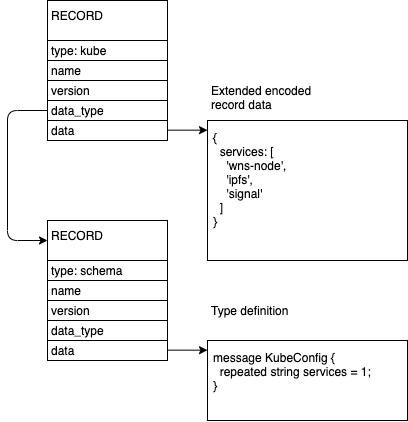
This is docs/content/assets/img/wns-records.png from wirelineio/wns, a draw.io export, as it was before one commit. Source tidied: cells renumbered, new cells last; positions are measured from the earlier drawing's top-left corner, leaving out a move shared by most shapes.
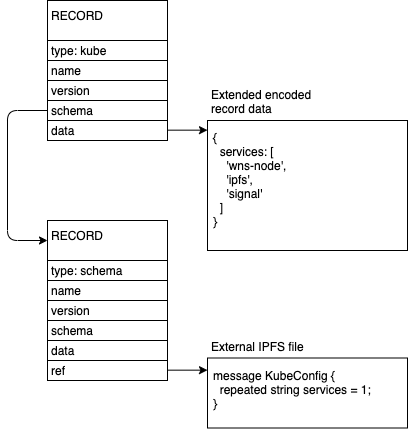
Above is the later version.

The edit, as a diff of the source:
```diff
@@ -6,7 +6,7 @@
       <mxGeometry x="40" width="120" height="40" as="geometry" />
     </mxCell>
     <mxCell id="3" value="{&lt;br&gt;&amp;nbsp; services: [&lt;br&gt;&amp;nbsp; &amp;nbsp; 'wns-node',&lt;br&gt;&amp;nbsp; &amp;nbsp; 'ipfs',&lt;br&gt;&amp;nbsp; &amp;nbsp; 'signal'&lt;br&gt;&amp;nbsp; ]&lt;br&gt;}" style="rounded=0;whiteSpace=wrap;html=1;align=left;verticalAlign=top;spacing=6;" parent="1" vertex="1">
-      <mxGeometry x="200" y="120" width="200" height="140" as="geometry" />
+      <mxGeometry x="200" y="120" width="200" height="130" as="geometry" />
     </mxCell>
     <mxCell id="4" value="name" style="rounded=0;whiteSpace=wrap;html=1;align=left;spacing=4;" parent="1" vertex="1">
       <mxGeometry x="40" y="60" width="120" height="20" as="geometry" />
@@ -14,7 +14,7 @@
     <mxCell id="5" value="version" style="rounded=0;whiteSpace=wrap;html=1;align=left;spacing=4;" parent="1" vertex="1">
       <mxGeometry x="40" y="80" width="120" height="20" as="geometry" />
     </mxCell>
-    <mxCell id="6" value="data_type" style="rounded=0;whiteSpace=wrap;html=1;align=left;spacing=4;" parent="1" vertex="1">
+    <mxCell id="6" value="schema" style="rounded=0;whiteSpace=wrap;html=1;align=left;spacing=4;" parent="1" vertex="1">
       <mxGeometry x="40" y="100" width="120" height="20" as="geometry" />
     </mxCell>
     <mxCell id="7" value="data" style="rounded=0;whiteSpace=wrap;html=1;align=left;spacing=4;" parent="1" vertex="1">
@@ -30,7 +30,7 @@
       <mxGeometry x="40" y="220" width="120" height="40" as="geometry" />
     </mxCell>
     <mxCell id="10" value="message KubeConfig {&lt;br&gt;&amp;nbsp; repeated string services = 1;&lt;br&gt;}" style="rounded=0;whiteSpace=wrap;html=1;align=left;verticalAlign=top;spacing=6;" parent="1" vertex="1">
-      <mxGeometry x="200" y="340" width="200" height="80" as="geometry" />
+      <mxGeometry x="200" y="357.5" width="200" height="70" as="geometry" />
     </mxCell>
     <mxCell id="11" value="name" style="rounded=0;whiteSpace=wrap;html=1;align=left;spacing=4;" parent="1" vertex="1">
       <mxGeometry x="40" y="280" width="120" height="20" as="geometry" />
@@ -38,18 +38,12 @@
     <mxCell id="12" value="version" style="rounded=0;whiteSpace=wrap;html=1;align=left;spacing=4;" parent="1" vertex="1">
       <mxGeometry x="40" y="300" width="120" height="20" as="geometry" />
     </mxCell>
-    <mxCell id="13" value="data_type" style="rounded=0;whiteSpace=wrap;html=1;align=left;spacing=4;" parent="1" vertex="1">
+    <mxCell id="13" value="schema" style="rounded=0;whiteSpace=wrap;html=1;align=left;spacing=4;" parent="1" vertex="1">
       <mxGeometry x="40" y="320" width="120" height="20" as="geometry" />
     </mxCell>
     <mxCell id="14" value="data" style="rounded=0;whiteSpace=wrap;html=1;align=left;spacing=4;" parent="1" vertex="1">
       <mxGeometry x="40" y="340" width="120" height="20" as="geometry" />
     </mxCell>
-    <mxCell id="15" style="endArrow=classic;html=1;" parent="1" edge="1">
-      <mxGeometry relative="1" as="geometry">
-        <mxPoint x="160" y="349.7" as="sourcePoint" />
-        <mxPoint x="200" y="349.7" as="targetPoint" />
-      </mxGeometry>
-    </mxCell>
     <mxCell id="16" value="type: kube" style="rounded=0;whiteSpace=wrap;html=1;align=left;spacing=4;" parent="1" vertex="1">
       <mxGeometry x="40" y="40" width="120" height="20" as="geometry" />
     </mxCell>
@@ -64,11 +58,20 @@
         </Array>
       </mxGeometry>
     </mxCell>
-    <mxCell id="19" value="Extended encoded&lt;br&gt;record data" style="rounded=0;whiteSpace=wrap;html=1;align=left;verticalAlign=top;spacing=4;strokeColor=none;fillColor=none;" parent="1" vertex="1">
+    <mxCell id="19" value="Extended encoded&lt;br&gt;record data" style="rounded=0;whiteSpace=wrap;html=1;align=left;verticalAlign=bottom;spacing=4;strokeColor=none;fillColor=none;" parent="1" vertex="1">
       <mxGeometry x="200" y="75" width="120" height="45" as="geometry" />
     </mxCell>
-    <mxCell id="20" value="Type definition" style="rounded=0;whiteSpace=wrap;html=1;align=left;verticalAlign=top;spacing=4;strokeColor=none;fillColor=none;" parent="1" vertex="1">
-      <mxGeometry x="200" y="295" width="120" height="45" as="geometry" />
+    <mxCell id="20" value="External IPFS file" style="rounded=0;whiteSpace=wrap;html=1;align=left;verticalAlign=bottom;spacing=4;strokeColor=none;fillColor=none;" parent="1" vertex="1">
+      <mxGeometry x="200" y="312.5" width="200" height="45" as="geometry" />
     </mxCell>
+    <mxCell id="21" style="endArrow=classic;html=1;" parent="1" edge="1">
+      <mxGeometry relative="1" as="geometry">
+        <mxPoint x="160" y="369.7" as="sourcePoint" />
+        <mxPoint x="200" y="369.7" as="targetPoint" />
+      </mxGeometry>
+    </mxCell>
+    <mxCell id="22" value="ref" style="rounded=0;whiteSpace=wrap;html=1;align=left;spacing=4;" parent="1" vertex="1">
+      <mxGeometry x="40" y="360" width="120" height="20" as="geometry" />
+    </mxCell>
   </root>
 </mxGraphModel>
```
